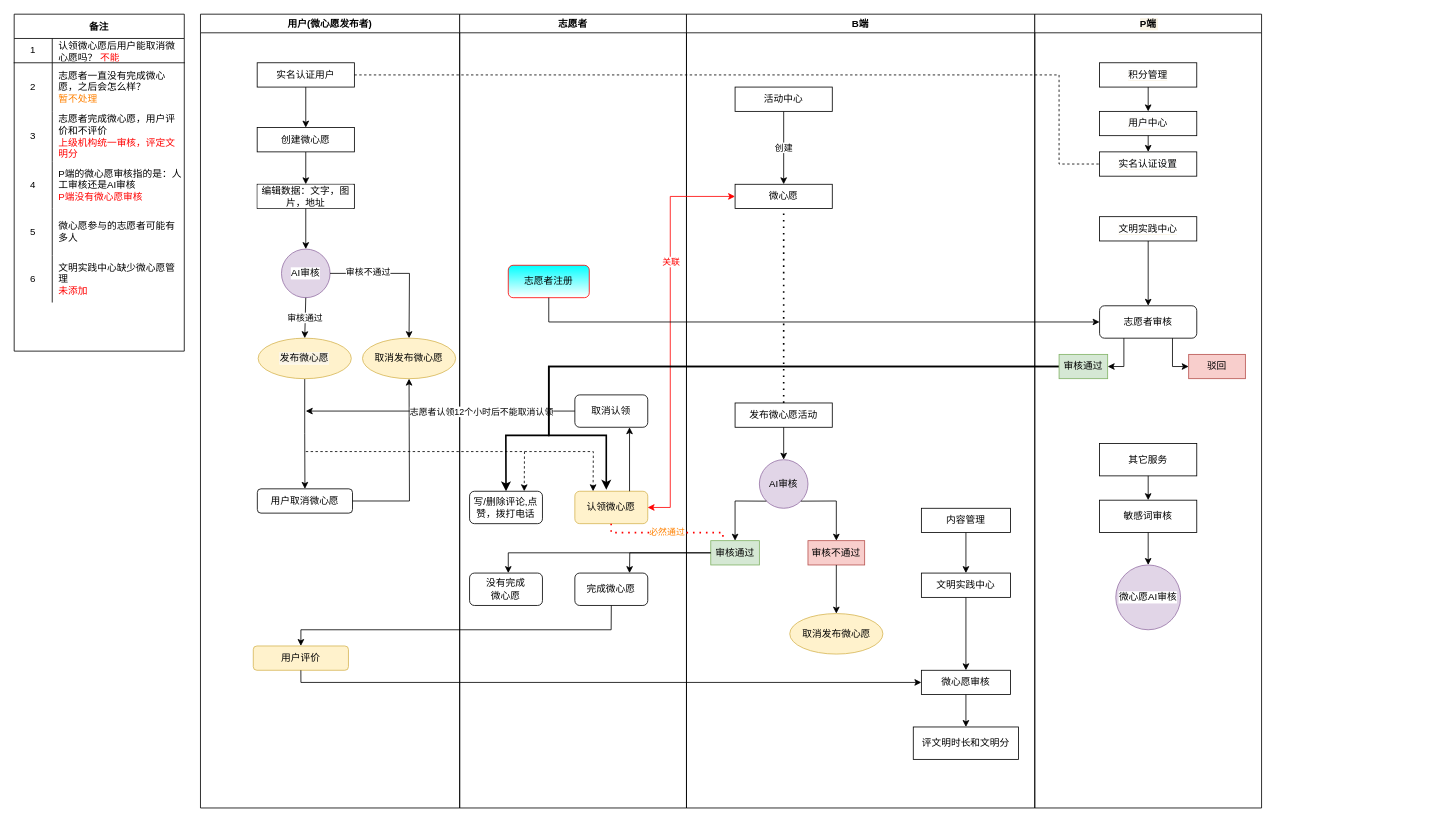
Before: 微心愿改版.drawio in KZ137onethe/hello-world, a draw.io diagram. Source tidied: cells renumbered, new cells numbered last; positions are measured from the earlier drawing's top-left corner, leaving out a move shared by most shapes. Both pictures are drawn from the tidied source at 81%, with x=0, y=0 at pixel (14, 14).
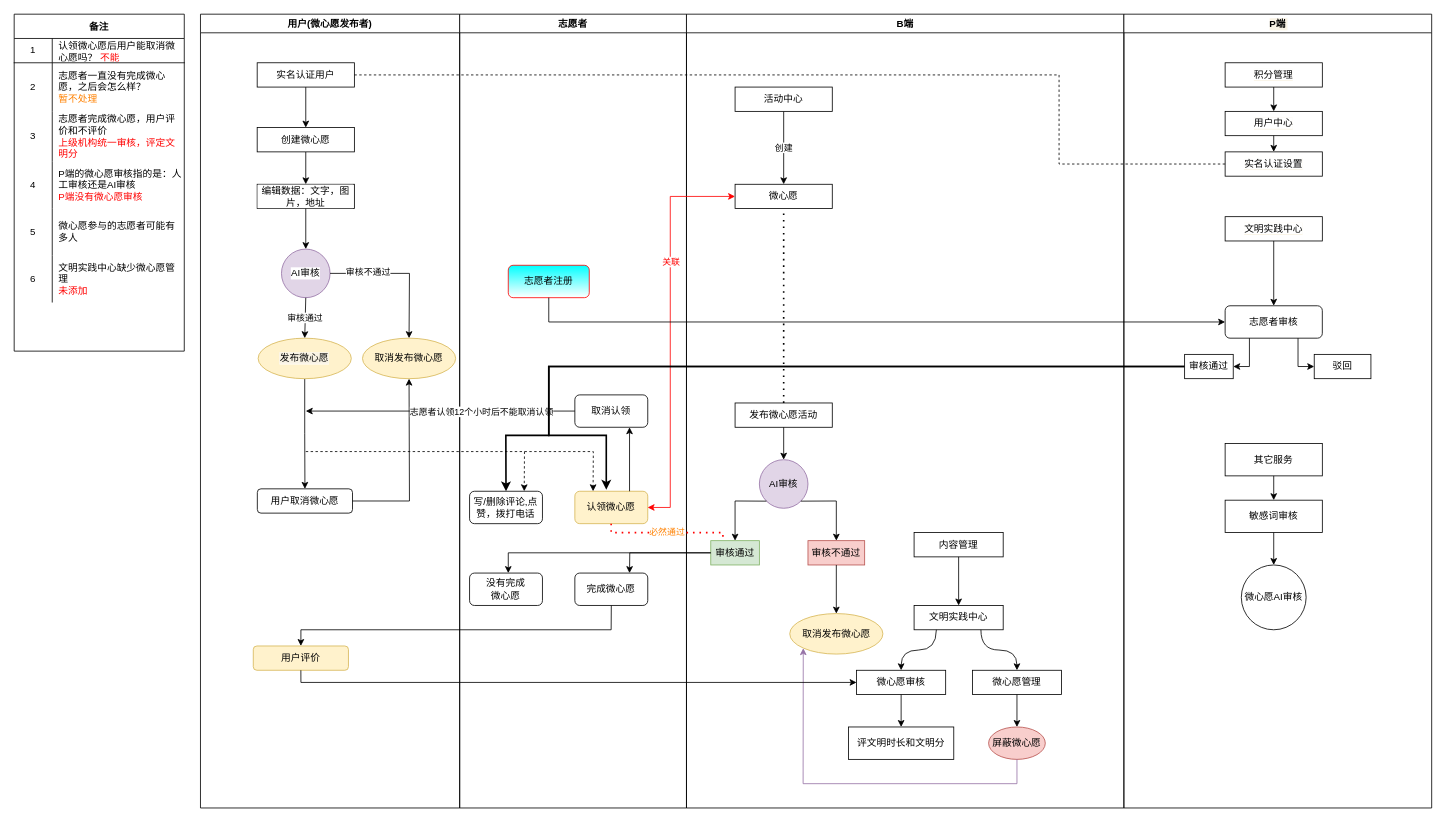
Above is the later version.

Commit message:
微心愿改版.drawio

Unchanged cells that the change refers to:
```xml
<mxCell id="38" value="取消发布微心愿" style="strokeWidth=1;html=1;shape=mxgraph.flowchart.start_1;whiteSpace=wrap;fillColor=#fff2cc;strokeColor=#d6b656;" parent="25" vertex="1">
  <mxGeometry x="127.5" y="740" width="115" height="50" as="geometry" />
</mxCell>
```

What changed in the source:
```diff
@@
     <mxCell id="25" value="B端" style="swimlane;fillColor=default;strokeColor=default;fontColor=default;" parent="1" vertex="1">
-      <mxGeometry x="830" width="430" height="980" as="geometry" />
+      <mxGeometry x="830" width="540" height="980" as="geometry" />
     </mxCell>
@@
     <mxCell id="39" value="内容管理" style="rounded=0;whiteSpace=wrap;html=1;strokeWidth=1;fillColor=default;strokeColor=default;fontColor=default;" parent="25" vertex="1">
-      <mxGeometry x="290" y="610" width="110" height="30" as="geometry" />
+      <mxGeometry x="281" y="640" width="110" height="30" as="geometry" />
     </mxCell>
     <mxCell id="40" value="文明实践中心" style="rounded=0;whiteSpace=wrap;html=1;strokeWidth=1;fillColor=default;strokeColor=default;fontColor=default;" parent="25" vertex="1">
-      <mxGeometry x="290" y="690" width="110" height="30" as="geometry" />
+      <mxGeometry x="281" y="730" width="110" height="30" as="geometry" />
     </mxCell>
@@
     <mxCell id="42" value="微心愿审核" style="rounded=0;whiteSpace=wrap;html=1;strokeWidth=1;fillColor=default;strokeColor=default;fontColor=default;" parent="25" vertex="1">
-      <mxGeometry x="290" y="810" width="110" height="30" as="geometry" />
+      <mxGeometry x="210" y="810" width="110" height="30" as="geometry" />
     </mxCell>
-    <mxCell id="43" style="edgeStyle=orthogonalEdgeStyle;rounded=0;jettySize=auto;html=1;exitX=0.5;exitY=1;exitDx=0;exitDy=0;entryX=0.5;entryY=0;entryDx=0;entryDy=0;fillColor=default;strokeColor=default;fontColor=default;" parent="25" edge="1" source="40" target="42">
+    <mxCell id="43" style="edgeStyle=orthogonalEdgeStyle;rounded=0;jettySize=auto;html=1;exitX=0.25;exitY=1;exitDx=0;exitDy=0;entryX=0.5;entryY=0;entryDx=0;entryDy=0;fillColor=default;strokeColor=default;fontColor=default;labelBackgroundColor=default;curved=1;" parent="25" edge="1" source="40" target="42">
       <mxGeometry relative="1" as="geometry" />
     </mxCell>
     <mxCell id="44" style="endArrow=classic;html=1;rounded=0;fontSize=11;fontColor=default;strokeColor=default;exitX=0.5;exitY=1;exitDx=0;exitDy=0;fillColor=default;" parent="25" edge="1" source="42">
       <mxGeometry relative="1" as="geometry">
-        <mxPoint x="345" y="880" as="targetPoint" />
+        <mxPoint x="265" y="880" as="targetPoint" />
       </mxGeometry>
     </mxCell>
     <mxCell id="45" value="评文明时长和文明分" style="rounded=0;whiteSpace=wrap;html=1;strokeWidth=1;fillColor=default;strokeColor=default;fontColor=default;" parent="25" vertex="1">
-      <mxGeometry x="280" y="880" width="130" height="40" as="geometry" />
+      <mxGeometry x="200" y="880" width="130" height="40" as="geometry" />
     </mxCell>
+    <mxCell id="100" value="微心愿管理" style="rounded=0;whiteSpace=wrap;html=1;strokeWidth=1;fillColor=default;strokeColor=default;fontColor=default;" parent="25" vertex="1">
+      <mxGeometry x="353" y="810" width="110" height="30" as="geometry" />
+    </mxCell>
+    <mxCell id="101" style="endArrow=classic;html=1;rounded=0;labelBackgroundColor=default;fontColor=default;strokeColor=default;fillColor=default;curved=1;exitX=0.75;exitY=1;exitDx=0;exitDy=0;entryX=0.5;entryY=0;entryDx=0;entryDy=0;edgeStyle=orthogonalEdgeStyle;" parent="25" edge="1" source="40" target="100">
+      <mxGeometry relative="1" as="geometry" />
+    </mxCell>
+    <mxCell id="102" value="屏蔽微心愿" style="ellipse;whiteSpace=wrap;html=1;strokeColor=#b85450;fillColor=#f8cecc;fontColor=default;" parent="25" vertex="1">
+      <mxGeometry x="373" y="880" width="70" height="40" as="geometry" />
+    </mxCell>
+    <mxCell id="103" style="endArrow=classic;html=1;rounded=0;labelBackgroundColor=default;fontColor=default;strokeColor=#9673a6;fillColor=#e1d5e7;exitX=0.5;exitY=1;exitDx=0;exitDy=0;entryX=0.145;entryY=0.855;entryDx=0;entryDy=0;entryPerimeter=0;" parent="25" edge="1" source="102" target="38">
+      <mxGeometry relative="1" as="geometry">
+        <Array as="points">
+          <mxPoint x="408" y="950" />
+          <mxPoint x="144" y="950" />
+        </Array>
+      </mxGeometry>
+    </mxCell>
+    <mxCell id="104" style="endArrow=classic;html=1;rounded=0;labelBackgroundColor=default;fontColor=default;strokeColor=#000000;fillColor=default;exitX=0.5;exitY=1;exitDx=0;exitDy=0;entryX=0.5;entryY=0;entryDx=0;entryDy=0;" parent="25" edge="1" source="100" target="102">
+      <mxGeometry relative="1" as="geometry" />
+    </mxCell>
@@
     <mxCell id="81" value="P端" style="swimlane;labelBackgroundColor=#F9F3E4;fontColor=default;strokeColor=default;strokeWidth=1;fillColor=default;" parent="1" vertex="1">
-      <mxGeometry x="1260" width="280" height="980" as="geometry" />
+      <mxGeometry x="1370" width="380" height="980" as="geometry" />
     </mxCell>
     <mxCell id="82" value="志愿者审核" style="rounded=1;whiteSpace=wrap;html=1;fillColor=default;strokeColor=default;fontColor=default;" parent="81" vertex="1">
-      <mxGeometry x="80" y="360" width="120" height="40" as="geometry" />
+      <mxGeometry x="125" y="360" width="120" height="40" as="geometry" />
     </mxCell>
-    <mxCell id="83" value="驳回" style="rounded=0;whiteSpace=wrap;html=1;fillColor=#f8cecc;strokeColor=#b85450;fontColor=default;" parent="81" vertex="1">
-      <mxGeometry x="190" y="420" width="70" height="30" as="geometry" />
+    <mxCell id="83" value="驳回" style="rounded=0;whiteSpace=wrap;html=1;fillColor=default;strokeColor=default;fontColor=default;" parent="81" vertex="1">
+      <mxGeometry x="235" y="420" width="70" height="30" as="geometry" />
     </mxCell>
-    <mxCell id="84" style="endArrow=classic;html=1;rounded=0;labelBackgroundColor=default;fontColor=default;strokeColor=default;exitX=0.75;exitY=1;exitDx=0;exitDy=0;entryX=0;entryY=0.5;entryDx=0;entryDy=0;" parent="81" edge="1" source="82" target="83">
+    <mxCell id="84" style="endArrow=classic;html=1;rounded=0;labelBackgroundColor=default;fontColor=default;strokeColor=default;exitX=0.75;exitY=1;exitDx=0;exitDy=0;entryX=0;entryY=0.5;entryDx=0;entryDy=0;fillColor=default;" parent="81" edge="1" source="82" target="83">
       <mxGeometry relative="1" as="geometry">
         <Array as="points">
-          <mxPoint x="170" y="435" />
+          <mxPoint x="215" y="435" />
         </Array>
       </mxGeometry>
     </mxCell>
-    <mxCell id="85" value="审核通过" style="rounded=0;whiteSpace=wrap;html=1;fillColor=#d5e8d4;strokeColor=#82b366;fontColor=default;" parent="81" vertex="1">
-      <mxGeometry x="30" y="420" width="60" height="30" as="geometry" />
+    <mxCell id="85" value="审核通过" style="rounded=0;whiteSpace=wrap;html=1;fillColor=default;strokeColor=default;fontColor=default;" parent="81" vertex="1">
+      <mxGeometry x="75" y="420" width="60" height="30" as="geometry" />
     </mxCell>
-    <mxCell id="86" style="endArrow=classic;html=1;rounded=0;labelBackgroundColor=default;fontColor=default;strokeColor=default;exitX=0.25;exitY=1;exitDx=0;exitDy=0;entryX=1;entryY=0.5;entryDx=0;entryDy=0;" parent="81" edge="1" source="82" target="85">
+    <mxCell id="86" style="endArrow=classic;html=1;rounded=0;labelBackgroundColor=default;fontColor=default;strokeColor=default;exitX=0.25;exitY=1;exitDx=0;exitDy=0;entryX=1;entryY=0.5;entryDx=0;entryDy=0;fillColor=default;" parent="81" edge="1" source="82" target="85">
       <mxGeometry relative="1" as="geometry">
         <Array as="points">
-          <mxPoint x="110" y="435" />
+          <mxPoint x="155" y="435" />
         </Array>
       </mxGeometry>
     </mxCell>
     <mxCell id="87" value="&lt;span style=&quot;background-color: rgb(255 , 255 , 255)&quot;&gt;文明实践中心&lt;/span&gt;" style="rounded=0;whiteSpace=wrap;html=1;labelBackgroundColor=#F9F3E4;fontColor=default;strokeColor=default;strokeWidth=1;fillColor=default;" parent="81" vertex="1">
-      <mxGeometry x="80" y="250" width="120" height="30" as="geometry" />
+      <mxGeometry x="125" y="250" width="120" height="30" as="geometry" />
     </mxCell>
-    <mxCell id="88" style="endArrow=classic;html=1;rounded=0;labelBackgroundColor=default;fontColor=default;strokeColor=default;strokeWidth=1;exitX=0.5;exitY=1;exitDx=0;exitDy=0;entryX=0.5;entryY=0;entryDx=0;entryDy=0;" parent="81" edge="1" source="87" target="82">
+    <mxCell id="88" style="endArrow=classic;html=1;rounded=0;labelBackgroundColor=default;fontColor=default;strokeColor=default;strokeWidth=1;exitX=0.5;exitY=1;exitDx=0;exitDy=0;entryX=0.5;entryY=0;entryDx=0;entryDy=0;fillColor=default;" parent="81" edge="1" source="87" target="82">
       <mxGeometry relative="1" as="geometry" />
     </mxCell>
     <mxCell id="89" value="&lt;span style=&quot;background-color: rgb(255 , 255 , 255)&quot;&gt;积分管理&lt;/span&gt;" style="rounded=0;whiteSpace=wrap;html=1;labelBackgroundColor=#F9F3E4;fontColor=default;strokeColor=default;strokeWidth=1;fillColor=default;" parent="81" vertex="1">
-      <mxGeometry x="80" y="60" width="120" height="30" as="geometry" />
+      <mxGeometry x="125" y="60" width="120" height="30" as="geometry" />
     </mxCell>
     <mxCell id="90" value="&lt;span style=&quot;background-color: rgb(255 , 255 , 255)&quot;&gt;用户中心&lt;/span&gt;" style="rounded=0;whiteSpace=wrap;html=1;labelBackgroundColor=#F9F3E4;fontColor=default;strokeColor=default;strokeWidth=1;fillColor=default;" parent="81" vertex="1">
-      <mxGeometry x="80" y="120" width="120" height="30" as="geometry" />
+      <mxGeometry x="125" y="120" width="120" height="30" as="geometry" />
     </mxCell>
     <mxCell id="91" value="&lt;span style=&quot;background-color: rgb(255 , 255 , 255)&quot;&gt;实名认证设置&lt;/span&gt;" style="rounded=0;whiteSpace=wrap;html=1;labelBackgroundColor=#F9F3E4;fontColor=default;strokeColor=default;strokeWidth=1;fillColor=default;" parent="81" vertex="1">
-      <mxGeometry x="80" y="170" width="120" height="30" as="geometry" />
+      <mxGeometry x="125" y="170" width="120" height="30" as="geometry" />
     </mxCell>
@@
     <mxCell id="94" value="其它服务" style="rounded=0;whiteSpace=wrap;html=1;labelBackgroundColor=default;fontColor=default;strokeColor=default;strokeWidth=1;fillColor=default;" parent="81" vertex="1">
-      <mxGeometry x="80" y="530" width="120" height="40" as="geometry" />
+      <mxGeometry x="125" y="530" width="120" height="40" as="geometry" />
     </mxCell>
     <mxCell id="95" value="敏感词审核" style="rounded=0;whiteSpace=wrap;html=1;labelBackgroundColor=default;fontColor=default;strokeColor=default;strokeWidth=1;fillColor=default;" parent="81" vertex="1">
-      <mxGeometry x="80" y="600" width="120" height="40" as="geometry" />
+      <mxGeometry x="125" y="600" width="120" height="40" as="geometry" />
     </mxCell>
-    <mxCell id="96" value="&lt;span&gt;微心愿AI审核&lt;/span&gt;" style="ellipse;whiteSpace=wrap;html=1;labelBackgroundColor=default;strokeColor=#9673a6;strokeWidth=1;fillColor=#e1d5e7;fontColor=default;" parent="81" vertex="1">
-      <mxGeometry x="100" y="680" width="80" height="80" as="geometry" />
+    <mxCell id="96" value="&lt;span&gt;微心愿AI审核&lt;/span&gt;" style="ellipse;whiteSpace=wrap;html=1;labelBackgroundColor=default;strokeColor=default;strokeWidth=1;fillColor=default;fontColor=default;" parent="81" vertex="1">
+      <mxGeometry x="145" y="680" width="80" height="80" as="geometry" />
     </mxCell>
```
